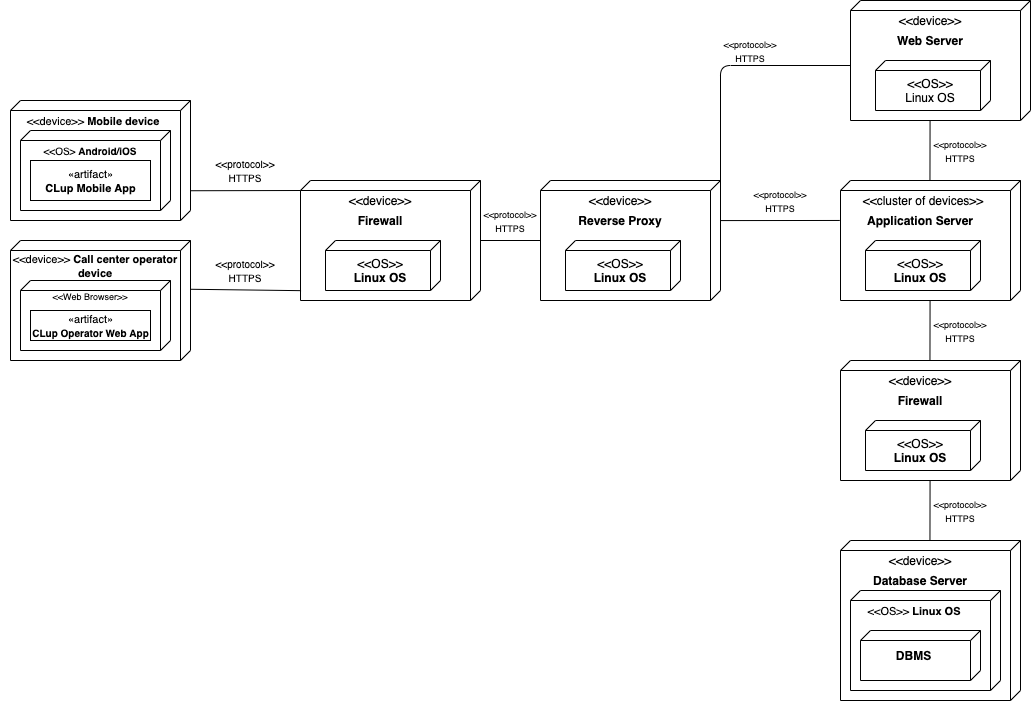
Before: DD/Deployment View diagram/deployment diagram.png, a diagram exported from draw.io (CosimoSguanci/SguanciSpataforaVergani-RASD-DD-ingsw2). Source tidied: cells renumbered, new cells last; positions are measured from the earlier drawing's top-left corner, leaving out a move shared by most shapes.
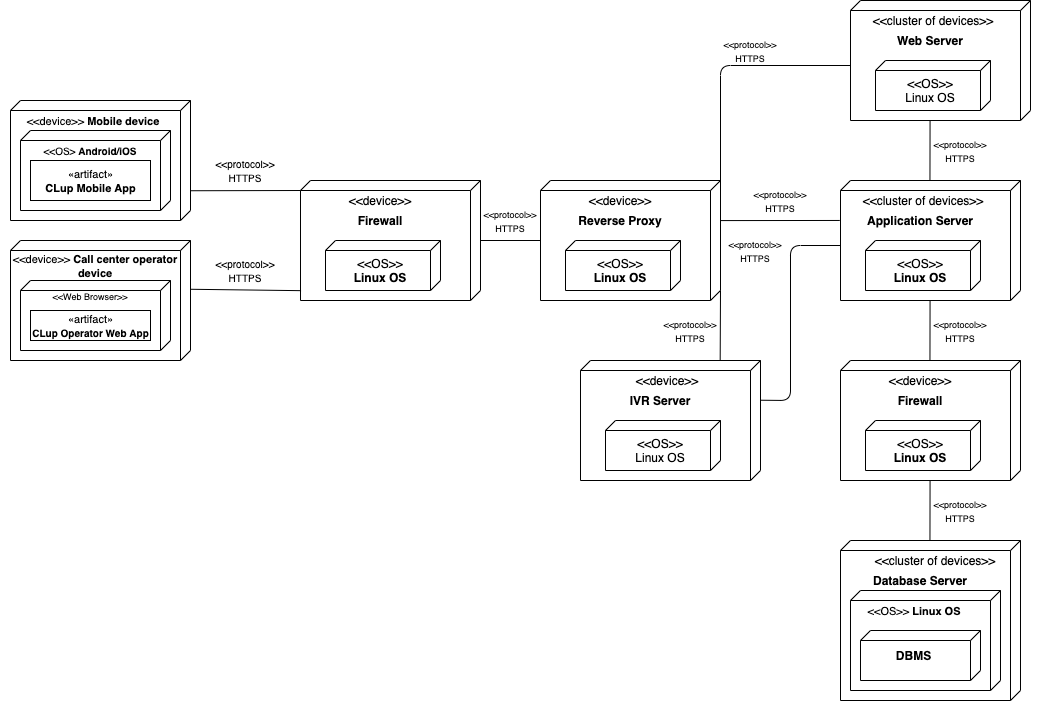
Later version of the same file.

Commit message:
deployment view updated

Change to the diagram source:
```diff
@@ -101,13 +101,13 @@
       <mxGeometry x="51.2" y="80" width="57.5" height="20" as="geometry" />
     </mxCell>
     <mxCell id="34" style="group;" parent="1" vertex="1">
-      <mxGeometry x="850" width="180" height="120" as="geometry" />
+      <mxGeometry x="850" width="190" height="120" as="geometry" />
     </mxCell>
     <mxCell id="35" style="verticalAlign=top;align=left;spacingTop=8;spacingLeft=2;spacingRight=12;shape=cube;size=10;direction=south;fontStyle=4;html=1;" parent="34" vertex="1">
       <mxGeometry width="180" height="120" as="geometry" />
     </mxCell>
-    <mxCell id="36" value="&amp;lt;&amp;lt;device&amp;gt;&amp;gt;" style="text;html=1;strokeColor=none;fillColor=none;align=center;verticalAlign=middle;whiteSpace=wrap;rounded=0;" parent="34" vertex="1">
-      <mxGeometry x="60" y="10" width="40" height="20" as="geometry" />
+    <mxCell id="36" value="&amp;lt;&amp;lt;cluster of devices&amp;gt;&amp;gt;" style="text;html=1;strokeColor=none;fillColor=none;align=center;verticalAlign=middle;whiteSpace=wrap;rounded=0;" parent="34" vertex="1">
+      <mxGeometry x="17.5" y="10" width="130" height="20" as="geometry" />
     </mxCell>
     <mxCell id="37" value="&lt;b&gt;Web Server&lt;/b&gt;" style="text;html=1;strokeColor=none;fillColor=none;align=center;verticalAlign=middle;whiteSpace=wrap;rounded=0;" parent="34" vertex="1">
       <mxGeometry x="25" y="30" width="110" height="20" as="geometry" />
@@ -172,13 +172,13 @@
       <mxGeometry x="920" y="319.8" width="80" height="20" as="geometry" />
     </mxCell>
     <mxCell id="55" style="group;" parent="1" vertex="1">
-      <mxGeometry x="840" y="540" width="180" height="160" as="geometry" />
+      <mxGeometry x="840" y="540" width="200" height="160" as="geometry" />
     </mxCell>
     <mxCell id="56" style="verticalAlign=top;align=left;spacingTop=8;spacingLeft=2;spacingRight=12;shape=cube;size=10;direction=south;fontStyle=4;html=1;" parent="55" vertex="1">
       <mxGeometry width="180" height="160" as="geometry" />
     </mxCell>
-    <mxCell id="57" value="&amp;lt;&amp;lt;device&amp;gt;&amp;gt;" style="text;html=1;strokeColor=none;fillColor=none;align=center;verticalAlign=middle;whiteSpace=wrap;rounded=0;" parent="55" vertex="1">
-      <mxGeometry x="60" y="10" width="40" height="20" as="geometry" />
+    <mxCell id="57" value="&amp;lt;&amp;lt;cluster of devices&amp;gt;&amp;gt;" style="text;html=1;strokeColor=none;fillColor=none;align=center;verticalAlign=middle;whiteSpace=wrap;rounded=0;" parent="55" vertex="1">
+      <mxGeometry x="25" y="10" width="140" height="20" as="geometry" />
     </mxCell>
     <mxCell id="58" value="&lt;b&gt;Database Server&lt;/b&gt;" style="text;html=1;strokeColor=none;fillColor=none;align=center;verticalAlign=middle;whiteSpace=wrap;rounded=0;" parent="55" vertex="1">
       <mxGeometry x="25" y="30" width="110" height="20" as="geometry" />
@@ -228,5 +228,40 @@
     <mxCell id="72" value="&lt;font&gt;&lt;span style=&quot;font-size: 11px&quot;&gt;«artifact»&lt;/span&gt;&lt;br&gt;&lt;b&gt;&lt;font style=&quot;font-size: 10px&quot;&gt;CLup Operator Web App&lt;/font&gt;&lt;/b&gt;&lt;/font&gt;" style="html=1;" parent="67" vertex="1">
       <mxGeometry x="20" y="70" width="120" height="30" as="geometry" />
     </mxCell>
+    <mxCell id="73" style="group;" parent="1" vertex="1">
+      <mxGeometry x="580" y="360" width="180" height="120" as="geometry" />
+    </mxCell>
+    <mxCell id="74" style="verticalAlign=top;align=left;spacingTop=8;spacingLeft=2;spacingRight=12;shape=cube;size=10;direction=south;fontStyle=4;html=1;" parent="73" vertex="1">
+      <mxGeometry width="180" height="120" as="geometry" />
+    </mxCell>
+    <mxCell id="75" value="&amp;lt;&amp;lt;device&amp;gt;&amp;gt;" style="text;html=1;strokeColor=none;fillColor=none;align=center;verticalAlign=middle;whiteSpace=wrap;rounded=0;" parent="73" vertex="1">
+      <mxGeometry x="22.5" y="10" width="127.5" height="20" as="geometry" />
+    </mxCell>
+    <mxCell id="76" value="&lt;b&gt;IVR Server&lt;/b&gt;" style="text;html=1;strokeColor=none;fillColor=none;align=center;verticalAlign=middle;whiteSpace=wrap;rounded=0;" parent="73" vertex="1">
+      <mxGeometry x="25" y="30" width="110" height="20" as="geometry" />
+    </mxCell>
+    <mxCell id="77" style="verticalAlign=top;align=left;spacingTop=8;spacingLeft=2;spacingRight=12;shape=cube;size=10;direction=south;fontStyle=4;html=1;strokeColor=#000000;" parent="73" vertex="1">
+      <mxGeometry x="25" y="60" width="115" height="50" as="geometry" />
+    </mxCell>
+    <mxCell id="78" value="&amp;lt;&amp;lt;OS&amp;gt;&amp;gt;&lt;br&gt;Linux OS" style="text;html=1;strokeColor=none;fillColor=none;align=center;verticalAlign=middle;whiteSpace=wrap;rounded=0;" parent="73" vertex="1">
+      <mxGeometry x="51.2" y="80" width="57.5" height="20" as="geometry" />
+    </mxCell>
+    <mxCell id="79" style="endArrow=none;html=1;exitX=0;exitY=0;exitDx=110;exitDy=0;exitPerimeter=0;entryX=-0.004;entryY=0.224;entryDx=0;entryDy=0;entryPerimeter=0;" parent="1" edge="1" source="20" target="74">
+      <mxGeometry relative="1" as="geometry" />
+    </mxCell>
+    <mxCell id="80" value="&lt;font style=&quot;font-size: 9px&quot;&gt;&amp;lt;&amp;lt;protocol&amp;gt;&amp;gt;&lt;br&gt;HTTPS&lt;/font&gt;" style="text;html=1;strokeColor=none;fillColor=none;align=center;verticalAlign=middle;whiteSpace=wrap;rounded=0;" parent="1" vertex="1">
+      <mxGeometry x="650" y="319.8" width="80" height="20" as="geometry" />
+    </mxCell>
+    <mxCell id="81" style="endArrow=none;html=1;entryX=0;entryY=0;entryDx=65;entryDy=180;entryPerimeter=0;exitX=0.331;exitY=-0.002;exitDx=0;exitDy=0;exitPerimeter=0;" parent="1" edge="1" source="74" target="29">
+      <mxGeometry relative="1" as="geometry">
+        <Array as="points">
+          <mxPoint x="790" y="400" />
+          <mxPoint x="790" y="245" />
+        </Array>
+      </mxGeometry>
+    </mxCell>
+    <mxCell id="82" value="&lt;font style=&quot;font-size: 9px&quot;&gt;&amp;lt;&amp;lt;protocol&amp;gt;&amp;gt;&lt;br&gt;HTTPS&lt;/font&gt;" style="text;html=1;strokeColor=none;fillColor=none;align=center;verticalAlign=middle;whiteSpace=wrap;rounded=0;" parent="1" vertex="1">
+      <mxGeometry x="720" y="240" width="70" height="20" as="geometry" />
+    </mxCell>
   </root>
 </mxGraphModel>
```
